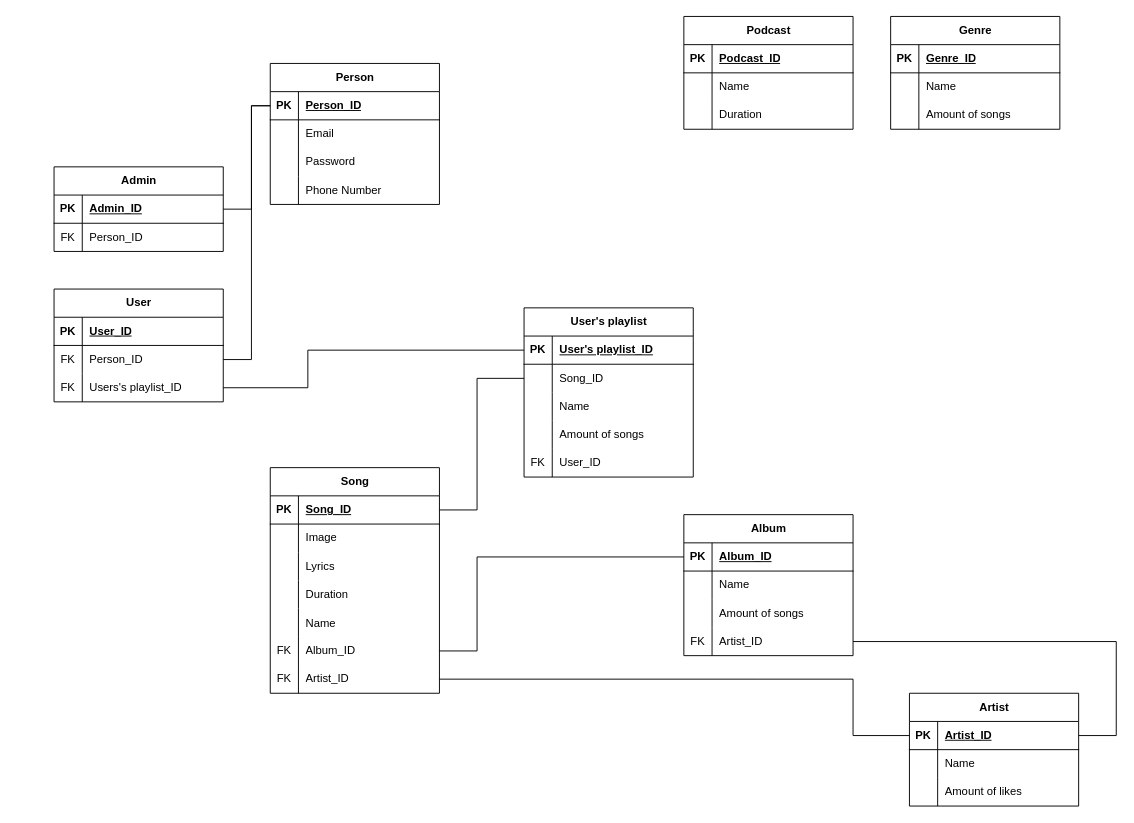
This is Диаграмма без названия.drawio from marsek4/database, a draw.io file, before an edit. Source tidied: cells renumbered, new cells numbered last; positions are measured from the earlier drawing's top-left corner, leaving out a move shared by most shapes. Both pictures are drawn from the tidied source at 94%, with x=0, y=0 at pixel (54, 16).
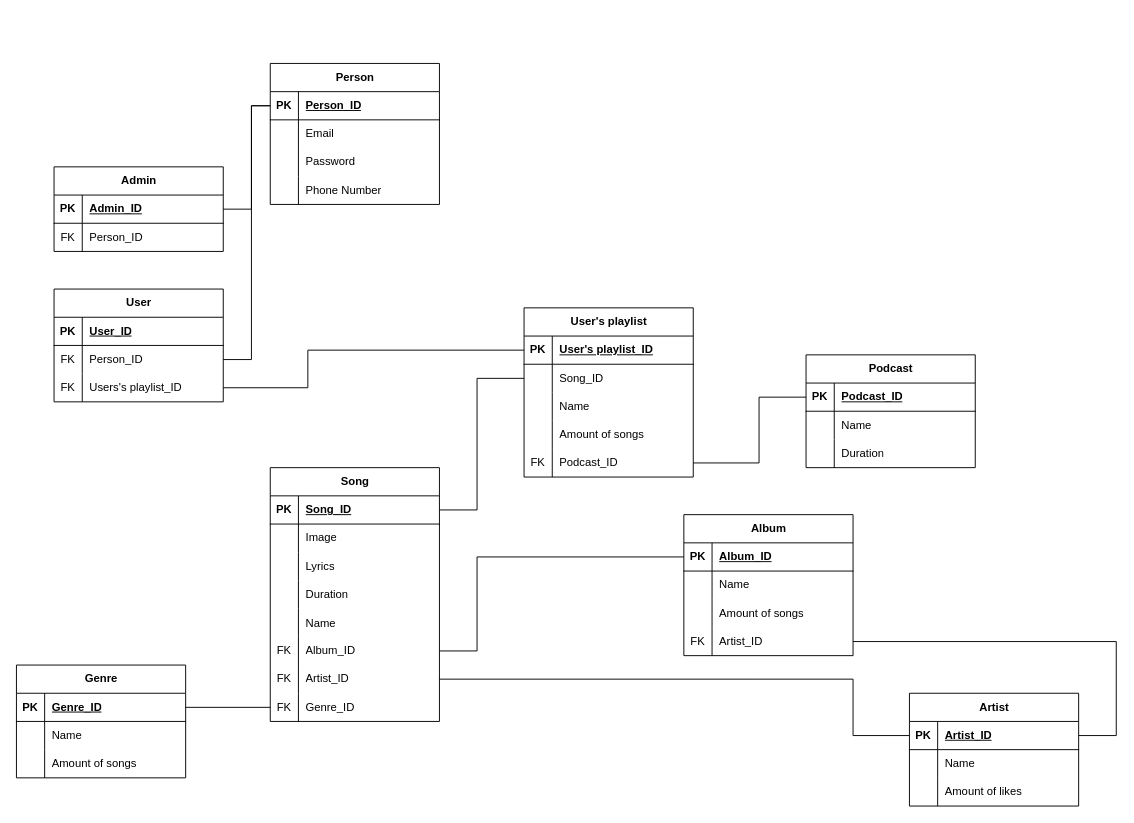
The same page after the edit.

The change refers to these unchanged cells:
```xml
<mxCell id="77" style="shape=tableRow;horizontal=0;startSize=0;swimlaneHead=0;swimlaneBody=0;fillColor=none;points=[[0,0.5],[1,0.5]];portConstraint=eastwest;top=0;left=0;right=0;bottom=0;" parent="64" vertex="1">
  <mxGeometry y="150" width="180" height="30" as="geometry" />
</mxCell>
<mxCell id="81" style="shape=tableRow;horizontal=0;startSize=0;swimlaneHead=0;swimlaneBody=0;fillColor=none;points=[[0,0.5],[1,0.5]];portConstraint=eastwest;top=0;left=0;right=0;bottom=1;" parent="80" vertex="1">
  <mxGeometry y="30" width="180" height="30" as="geometry" />
</mxCell>
<mxCell id="104" style="shape=tableRow;horizontal=0;startSize=0;swimlaneHead=0;swimlaneBody=0;fillColor=none;points=[[0,0.5],[1,0.5]];portConstraint=eastwest;top=0;left=0;right=0;bottom=1;" parent="103" vertex="1">
  <mxGeometry y="30" width="180" height="30" as="geometry" />
</mxCell>
```

What changed in the source:
```diff
@@
     <mxCell id="2" value="Song" style="shape=table;startSize=30;childLayout=tableLayout;rowLines=0;fontStyle=1;align=center;html=1;" parent="1" vertex="1">
-      <mxGeometry x="230" y="480" width="180" height="240" as="geometry" />
+      <mxGeometry x="230" y="480" width="180" height="270" as="geometry" />
     </mxCell>
@@
+    <mxCell id="120" style="shape=tableRow;horizontal=0;startSize=0;swimlaneHead=0;swimlaneBody=0;fillColor=none;points=[[0,0.5],[1,0.5]];portConstraint=eastwest;top=0;left=0;right=0;bottom=0;" parent="2" vertex="1">
+      <mxGeometry y="240" width="180" height="30" as="geometry" />
+    </mxCell>
+    <mxCell id="121" value="FK" style="shape=partialRectangle;fillColor=none;top=0;left=0;bottom=0;right=0;fontStyle=0;overflow=hidden;whiteSpace=wrap;html=1;" parent="120" vertex="1">
+      <mxGeometry width="30" height="30" as="geometry" />
+    </mxCell>
+    <mxCell id="122" value="Genre_ID" style="shape=partialRectangle;fillColor=none;top=0;left=0;bottom=0;right=0;align=left;spacingLeft=6;fontStyle=0;overflow=hidden;whiteSpace=wrap;html=1;" parent="120" vertex="1">
+      <mxGeometry x="30" width="150" height="30" as="geometry" />
+    </mxCell>
@@
-    <mxCell id="78" value="FK" style="shape=partialRectangle;fillColor=none;top=0;left=0;bottom=0;right=0;fontStyle=0;overflow=hidden;whiteSpace=wrap;html=1;" parent="77" vertex="1">
-      <mxGeometry width="30" height="30" as="geometry" />
-    </mxCell>
-    <mxCell id="79" value="User_ID" style="shape=partialRectangle;fillColor=none;top=0;left=0;bottom=0;right=0;align=left;spacingLeft=6;fontStyle=0;overflow=hidden;whiteSpace=wrap;html=1;" parent="77" vertex="1">
-      <mxGeometry x="30" width="150" height="30" as="geometry" />
-    </mxCell>
+    <mxCell id="123" value="FK" style="shape=partialRectangle;fillColor=none;top=0;left=0;bottom=0;right=0;fontStyle=0;overflow=hidden;whiteSpace=wrap;html=1;" parent="77" vertex="1">
+      <mxGeometry width="30" height="30" as="geometry" />
+    </mxCell>
+    <mxCell id="124" value="Podcast_ID" style="shape=partialRectangle;fillColor=none;top=0;left=0;bottom=0;right=0;align=left;spacingLeft=6;fontStyle=0;overflow=hidden;whiteSpace=wrap;html=1;" parent="77" vertex="1">
+      <mxGeometry x="30" width="150" height="30" as="geometry" />
+    </mxCell>
     <mxCell id="80" value="Genre" style="shape=table;startSize=30;childLayout=tableLayout;rowLines=0;fontStyle=1;align=center;html=1;" parent="1" vertex="1">
-      <mxGeometry x="890" width="180" height="120" as="geometry" />
+      <mxGeometry x="-40" y="690" width="180" height="120" as="geometry" />
     </mxCell>
@@
     <mxCell id="103" value="Podcast" style="shape=table;startSize=30;childLayout=tableLayout;rowLines=0;fontStyle=1;align=center;html=1;" parent="1" vertex="1">
-      <mxGeometry x="670" width="180" height="120" as="geometry" />
+      <mxGeometry x="800" y="360" width="180" height="120" as="geometry" />
     </mxCell>
@@
+    <mxCell id="125" style="endArrow=none;html=1;rounded=0;exitX=1;exitY=0.5;exitDx=0;exitDy=0;entryX=0;entryY=0.5;entryDx=0;entryDy=0;" parent="1" edge="1" source="81" target="120">
+      <mxGeometry relative="1" as="geometry" />
+    </mxCell>
+    <mxCell id="126" style="endArrow=none;html=1;rounded=0;entryX=0;entryY=0.5;entryDx=0;entryDy=0;exitX=1;exitY=0.5;exitDx=0;exitDy=0;" parent="1" edge="1" source="77" target="104">
+      <mxGeometry relative="1" as="geometry">
+        <Array as="points">
+          <mxPoint x="750" y="475" />
+          <mxPoint x="750" y="405" />
+        </Array>
+      </mxGeometry>
+    </mxCell>
```
